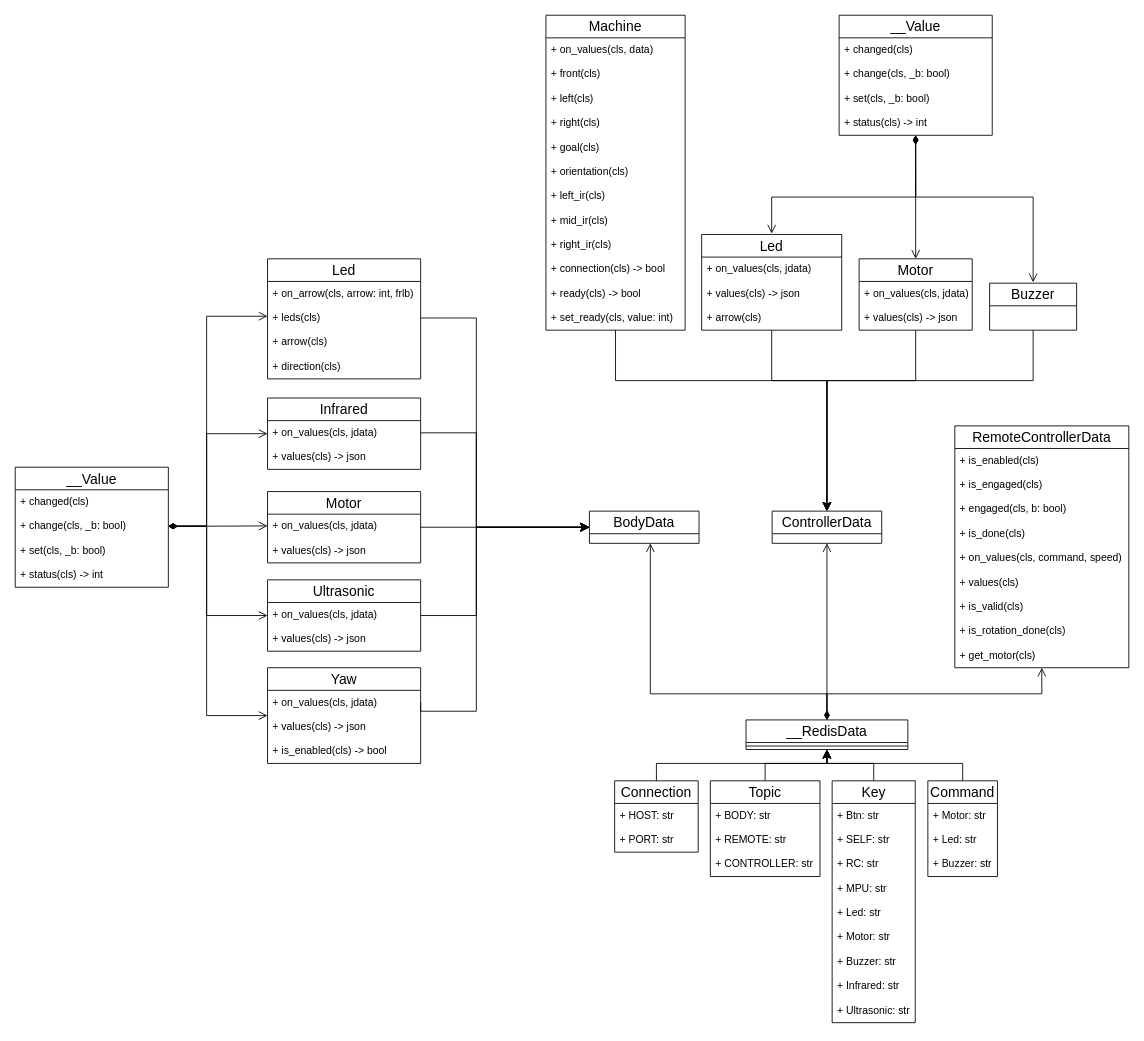
Above: page "RedisDataClassDiagram" (2 of 2) of Documentation/Diagrams/FreenoveClassDiagram/ClassDiagram.drawio in Mastro-Gibbs/PROGETTO_ROBOTICA (draw.io), before the change. Source tidied: cells renumbered, new cells numbered last; positions are measured from the earlier drawing's top-left corner, leaving out a move shared by most shapes. Both pictures are drawn from the tidied source at 87%, with x=0, y=0 at pixel (15, 15).
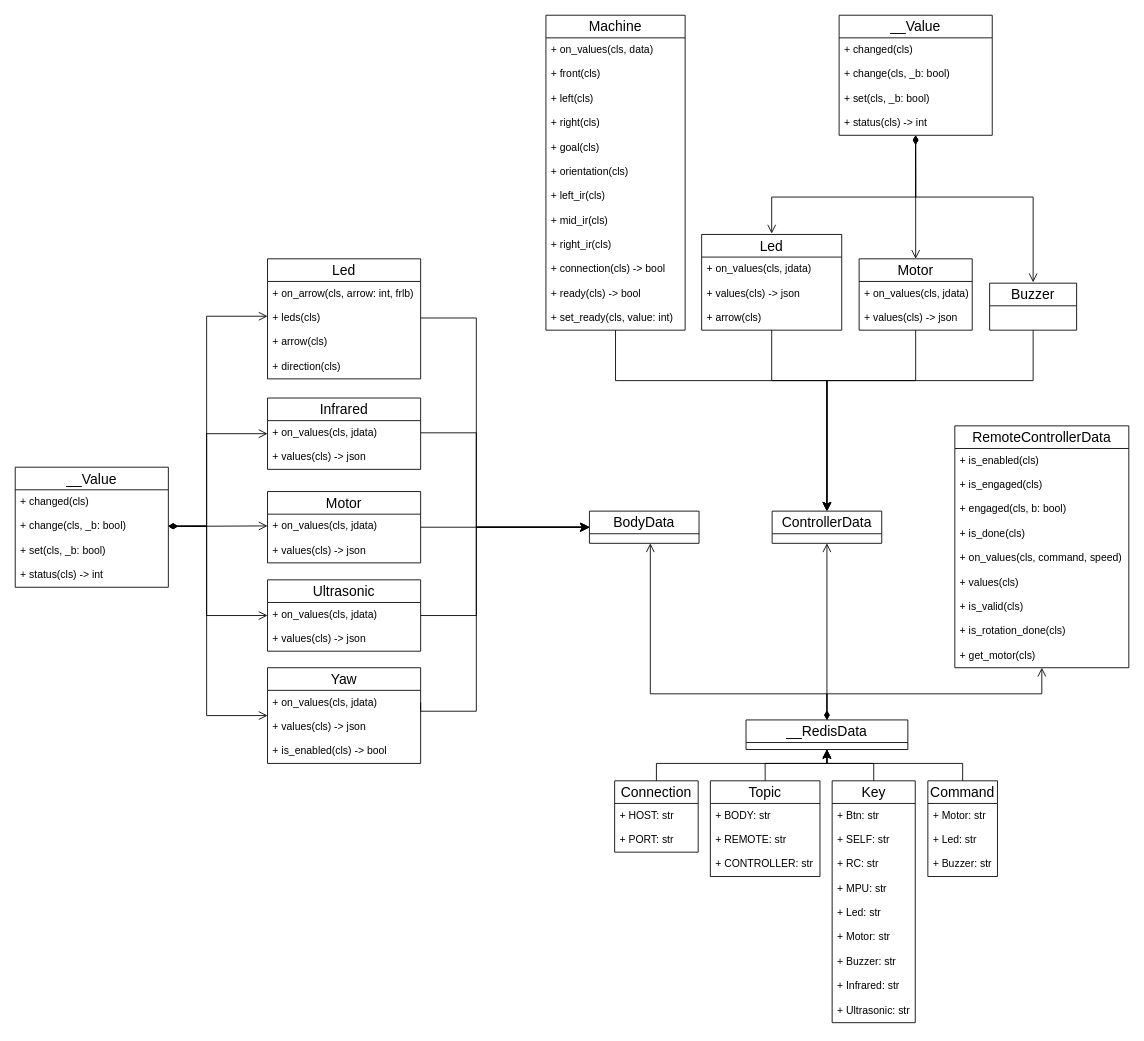
The same page after the edit.

Unchanged cells that the change refers to:
```xml
<mxCell id="5" value="__RedisData" style="swimlane;fontStyle=0;horizontal=1;startSize=26;fillColor=none;whiteSpace=wrap;html=1;fontSize=16;" parent="1" vertex="1">
  <mxGeometry x="840" y="810" width="186" height="34" as="geometry" />
</mxCell>
```

What changed in the source:
```diff
@@
-    <mxCell id="6" style="line;strokeWidth=1;fillColor=none;align=left;verticalAlign=middle;spacingTop=-1;spacingLeft=3;spacingRight=3;labelPosition=right;" parent="5" vertex="1">
-      <mxGeometry y="26" width="186" height="8" as="geometry" />
-    </mxCell>
```
